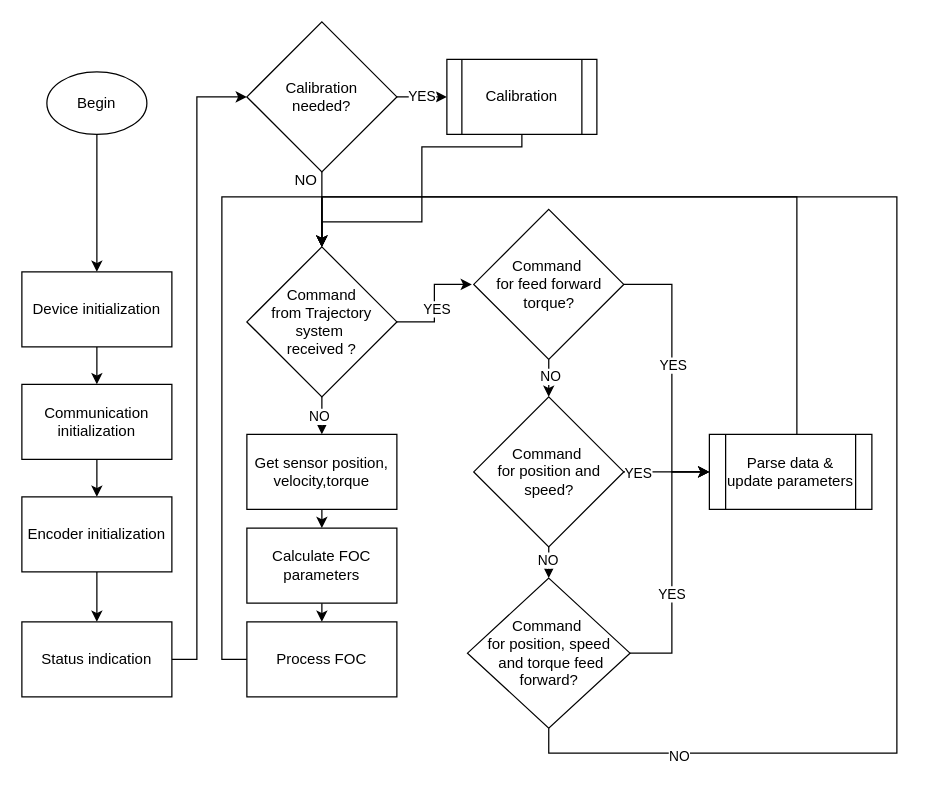
Earlier version of the draw.io diagram Src/extra/Parse.drawio (foxybbb/diploma-bachelor). Source tidied: cells renumbered, new cells numbered last; positions are measured from the earlier drawing's top-left corner, leaving out a move shared by most shapes. Both pictures are drawn from the tidied source at 125%, with x=0, y=0 at pixel (21, 21).
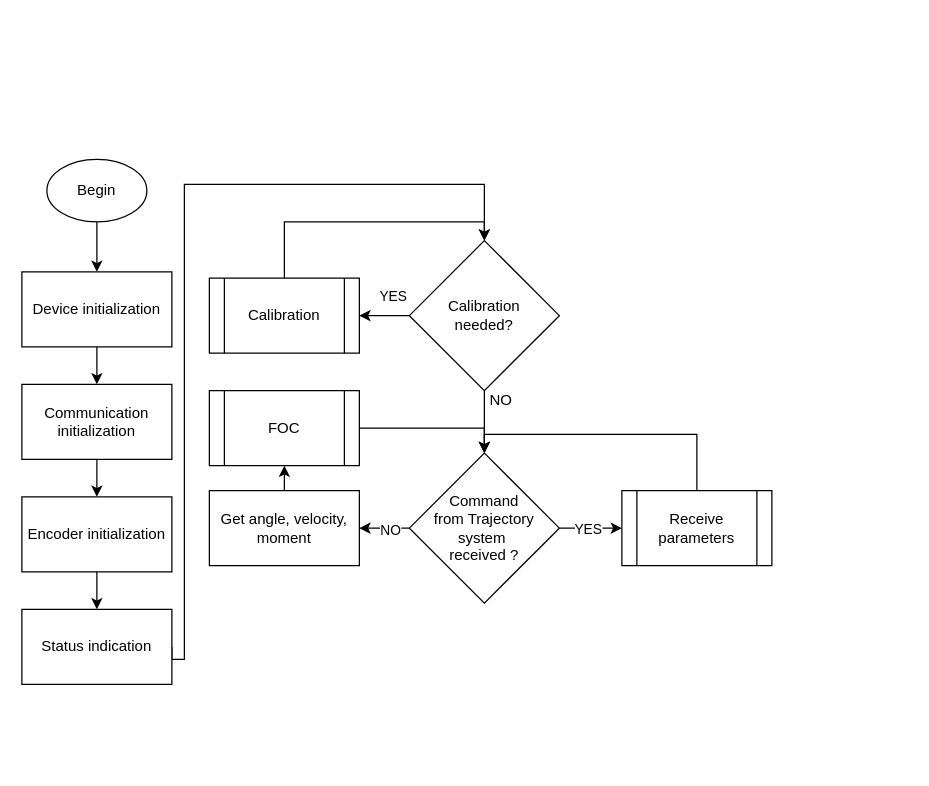
The same page after the edit.

Diff of the diagram source:
```diff
@@
     <mxCell id="3" value="Begin" style="ellipse;whiteSpace=wrap;html=1;" parent="1" vertex="1">
-      <mxGeometry x="20" y="40" width="80" height="50" as="geometry" />
+      <mxGeometry x="20" y="110" width="80" height="50" as="geometry" />
     </mxCell>
@@
-    <mxCell id="10" style="edgeStyle=orthogonalEdgeStyle;rounded=0;jettySize=auto;html=1;exitX=1;exitY=0.5;exitDx=0;exitDy=0;entryX=0;entryY=0.5;entryDx=0;entryDy=0;" parent="1" edge="1" source="11" target="14">
+    <mxCell id="10" style="edgeStyle=orthogonalEdgeStyle;rounded=0;jettySize=auto;html=1;exitX=1;exitY=0.5;exitDx=0;exitDy=0;entryX=0.5;entryY=0;entryDx=0;entryDy=0;" parent="1" edge="1" source="11" target="14">
       <mxGeometry relative="1" as="geometry">
         <Array as="points">
-          <mxPoint x="140" y="510" />
-          <mxPoint x="140" y="60" />
+          <mxPoint x="120" y="510" />
+          <mxPoint x="130" y="510" />
+          <mxPoint x="130" y="130" />
+          <mxPoint x="370" y="130" />
         </Array>
       </mxGeometry>
     </mxCell>
     <mxCell id="11" value="Status indication" style="rounded=0;whiteSpace=wrap;html=1;" parent="1" vertex="1">
-      <mxGeometry y="480" width="120" height="60" as="geometry" />
+      <mxGeometry y="470" width="120" height="60" as="geometry" />
     </mxCell>
-    <mxCell id="12" value="YES" style="edgeStyle=orthogonalEdgeStyle;rounded=0;jettySize=auto;html=1;exitX=1;exitY=0.5;exitDx=0;exitDy=0;entryX=0;entryY=0.5;entryDx=0;entryDy=0;" parent="1" edge="1" source="14" target="16">
-      <mxGeometry relative="1" as="geometry" />
-    </mxCell>
-    <mxCell id="13" style="edgeStyle=orthogonalEdgeStyle;rounded=0;jettySize=auto;html=1;exitX=0.5;exitY=1;exitDx=0;exitDy=0;" parent="1" edge="1" source="14">
-      <mxGeometry relative="1" as="geometry">
-        <mxPoint x="240" y="180" as="targetPoint" />
-      </mxGeometry>
+    <mxCell id="13" style="edgeStyle=orthogonalEdgeStyle;rounded=0;jettySize=auto;html=1;exitX=0.5;exitY=1;exitDx=0;exitDy=0;" parent="1" edge="1" source="14" target="24">
+      <mxGeometry relative="1" as="geometry" />
     </mxCell>
     <mxCell id="14" value="&lt;div&gt;Calibration&lt;/div&gt;&lt;div&gt;needed?&lt;/div&gt;" style="rhombus;whiteSpace=wrap;html=1;" parent="1" vertex="1">
-      <mxGeometry x="180" width="120" height="120" as="geometry" />
+      <mxGeometry x="310" y="175" width="120" height="120" as="geometry" />
     </mxCell>
-    <mxCell id="15" style="edgeStyle=orthogonalEdgeStyle;rounded=0;jettySize=auto;html=1;exitX=0.5;exitY=1;exitDx=0;exitDy=0;entryX=0.5;entryY=0;entryDx=0;entryDy=0;" parent="1" edge="1" source="16" target="24">
-      <mxGeometry relative="1" as="geometry">
-        <Array as="points">
-          <mxPoint x="400" y="100" />
-          <mxPoint x="320" y="100" />
-          <mxPoint x="320" y="160" />
-          <mxPoint x="240" y="160" />
-        </Array>
-      </mxGeometry>
-    </mxCell>
-    <mxCell id="16" value="Calibration" style="shape=process;whiteSpace=wrap;html=1;backgroundOutline=1;" parent="1" vertex="1">
-      <mxGeometry x="340" y="30" width="120" height="60" as="geometry" />
-    </mxCell>
-    <mxCell id="17" style="edgeStyle=orthogonalEdgeStyle;rounded=0;jettySize=auto;html=1;exitX=0.5;exitY=1;exitDx=0;exitDy=0;entryX=0.5;entryY=0;entryDx=0;entryDy=0;" parent="1" edge="1" source="21" target="34">
-      <mxGeometry relative="1" as="geometry" />
-    </mxCell>
-    <mxCell id="18" value="NO" style="edgeLabel;html=1;align=center;verticalAlign=middle;" parent="17" vertex="1">
-      <mxGeometry x="-0.41" y="-2" relative="1" as="geometry">
-        <mxPoint x="3" y="4" as="offset" />
-      </mxGeometry>
-    </mxCell>
-    <mxCell id="19" style="edgeStyle=orthogonalEdgeStyle;rounded=0;jettySize=auto;html=1;exitX=1;exitY=0.5;exitDx=0;exitDy=0;entryX=0;entryY=0.5;entryDx=0;entryDy=0;" parent="1" edge="1" source="21" target="36">
-      <mxGeometry relative="1" as="geometry">
-        <Array as="points">
-          <mxPoint x="520" y="210" />
-          <mxPoint x="520" y="360" />
-        </Array>
-      </mxGeometry>
-    </mxCell>
-    <mxCell id="20" value="YES" style="edgeLabel;html=1;align=center;verticalAlign=middle;" parent="19" vertex="1">
-      <mxGeometry x="-0.06" relative="1" as="geometry" />
-    </mxCell>
-    <mxCell id="21" value="&lt;div&gt;Command&amp;nbsp;&lt;/div&gt;&lt;div&gt;for feed forward torque?&lt;/div&gt;" style="rhombus;whiteSpace=wrap;html=1;" parent="1" vertex="1">
-      <mxGeometry x="361.5" y="150" width="120" height="120" as="geometry" />
-    </mxCell>
-    <mxCell id="22" style="edgeStyle=orthogonalEdgeStyle;rounded=0;jettySize=auto;html=1;exitX=1;exitY=0.5;exitDx=0;exitDy=0;" parent="1" edge="1" source="24">
-      <mxGeometry relative="1" as="geometry">
-        <mxPoint x="360" y="210" as="targetPoint" />
-        <Array as="points">
-          <mxPoint x="330" y="240" />
-          <mxPoint x="330" y="210" />
-        </Array>
-      </mxGeometry>
-    </mxCell>
-    <mxCell id="23" value="YES" style="edgeLabel;html=1;align=center;verticalAlign=middle;" parent="22" vertex="1">
-      <mxGeometry x="-0.1" y="-1" relative="1" as="geometry" />
-    </mxCell>
+    <mxCell id="46" style="edgeStyle=orthogonalEdgeStyle;rounded=0;jettySize=auto;html=1;exitX=1;exitY=0.5;exitDx=0;exitDy=0;entryX=0;entryY=0.5;entryDx=0;entryDy=0;" parent="1" edge="1" source="24" target="49">
+      <mxGeometry relative="1" as="geometry" />
+    </mxCell>
+    <mxCell id="47" value="YES" style="edgeLabel;html=1;align=center;verticalAlign=middle;" parent="46" vertex="1">
+      <mxGeometry x="-0.13" relative="1" as="geometry" />
+    </mxCell>
     <mxCell id="24" value="Command&lt;br&gt;&lt;div&gt;from Trajectory system&amp;nbsp;&lt;/div&gt;&lt;div&gt;received ?&lt;/div&gt;" style="rhombus;whiteSpace=wrap;html=1;" parent="1" vertex="1">
-      <mxGeometry x="180" y="180" width="120" height="120" as="geometry" />
+      <mxGeometry x="310" y="345" width="120" height="120" as="geometry" />
     </mxCell>
-    <mxCell id="25" style="edgeStyle=orthogonalEdgeStyle;rounded=0;jettySize=auto;html=1;exitX=1;exitY=0.5;exitDx=0;exitDy=0;entryX=0;entryY=0.5;entryDx=0;entryDy=0;" parent="1" edge="1" source="29" target="36">
-      <mxGeometry relative="1" as="geometry">
-        <Array as="points">
-          <mxPoint x="520" y="505" />
-          <mxPoint x="520" y="360" />
-        </Array>
-      </mxGeometry>
-    </mxCell>
-    <mxCell id="26" value="YES" style="edgeLabel;html=1;align=center;verticalAlign=middle;" parent="25" vertex="1">
-      <mxGeometry x="-0.22" y="1" relative="1" as="geometry" />
-    </mxCell>
-    <mxCell id="27" style="edgeStyle=orthogonalEdgeStyle;rounded=0;jettySize=auto;html=1;exitX=0.5;exitY=1;exitDx=0;exitDy=0;entryX=0.5;entryY=0;entryDx=0;entryDy=0;" parent="1" edge="1" source="29" target="24">
-      <mxGeometry relative="1" as="geometry">
-        <Array as="points">
-          <mxPoint x="421" y="585" />
-          <mxPoint x="700" y="585" />
-          <mxPoint x="700" y="140" />
-          <mxPoint x="240" y="140" />
-        </Array>
-      </mxGeometry>
-    </mxCell>
-    <mxCell id="28" value="NO" style="edgeLabel;html=1;align=center;verticalAlign=middle;" parent="27" vertex="1">
-      <mxGeometry x="-0.8" y="-2" relative="1" as="geometry" />
-    </mxCell>
-    <mxCell id="29" value="&lt;div&gt;Command&amp;nbsp;&lt;/div&gt;&lt;div&gt;for position, speed&lt;/div&gt;&lt;div&gt;&amp;nbsp;and torque feed forward?&lt;/div&gt;" style="rhombus;whiteSpace=wrap;html=1;" parent="1" vertex="1">
-      <mxGeometry x="356.5" y="445" width="130" height="120" as="geometry" />
-    </mxCell>
-    <mxCell id="30" style="edgeStyle=orthogonalEdgeStyle;rounded=0;jettySize=auto;html=1;exitX=0.5;exitY=1;exitDx=0;exitDy=0;" parent="1" edge="1" source="34" target="29">
-      <mxGeometry relative="1" as="geometry" />
-    </mxCell>
-    <mxCell id="31" value="NO" style="edgeLabel;html=1;align=center;verticalAlign=middle;" parent="30" vertex="1">
-      <mxGeometry x="0.47" y="-1" relative="1" as="geometry" />
-    </mxCell>
-    <mxCell id="32" style="edgeStyle=orthogonalEdgeStyle;rounded=0;jettySize=auto;html=1;exitX=1;exitY=0.5;exitDx=0;exitDy=0;entryX=0;entryY=0.5;entryDx=0;entryDy=0;" parent="1" edge="1" source="34" target="36">
-      <mxGeometry relative="1" as="geometry" />
-    </mxCell>
-    <mxCell id="33" value="YES" style="edgeLabel;html=1;align=center;verticalAlign=middle;" parent="32" vertex="1">
-      <mxGeometry x="0.41" y="-2" relative="1" as="geometry">
-        <mxPoint x="-37" y="-2" as="offset" />
-      </mxGeometry>
-    </mxCell>
-    <mxCell id="34" value="&lt;div&gt;Command&amp;nbsp;&lt;/div&gt;&lt;div&gt;for position and speed?&lt;/div&gt;" style="rhombus;whiteSpace=wrap;html=1;" parent="1" vertex="1">
-      <mxGeometry x="361.5" y="300" width="120" height="120" as="geometry" />
-    </mxCell>
-    <mxCell id="35" style="edgeStyle=orthogonalEdgeStyle;rounded=0;orthogonalLoop=1;jettySize=auto;html=1;exitX=0.5;exitY=0;exitDx=0;exitDy=0;" parent="1" edge="1">
-      <mxGeometry relative="1" as="geometry">
-        <mxPoint x="620" y="370" as="sourcePoint" />
-        <mxPoint x="240" y="180" as="targetPoint" />
-        <Array as="points">
-          <mxPoint x="620" y="140" />
-          <mxPoint x="240" y="140" />
-        </Array>
-      </mxGeometry>
-    </mxCell>
-    <mxCell id="36" value="Parse data &amp;amp; update parameters" style="shape=process;whiteSpace=wrap;html=1;backgroundOutline=1;" parent="1" vertex="1">
-      <mxGeometry x="550" y="330" width="130" height="60" as="geometry" />
-    </mxCell>
-    <mxCell id="37" style="edgeStyle=orthogonalEdgeStyle;rounded=0;jettySize=auto;html=1;exitX=0.5;exitY=1;exitDx=0;exitDy=0;entryX=0.5;entryY=0;entryDx=0;entryDy=0;" parent="1" edge="1" source="38" target="42">
-      <mxGeometry relative="1" as="geometry" />
-    </mxCell>
-    <mxCell id="38" value="&lt;div&gt;Get sensor position,&lt;/div&gt;&lt;div&gt;velocity,torque&lt;/div&gt;" style="rounded=0;whiteSpace=wrap;html=1;" parent="1" vertex="1">
-      <mxGeometry x="180" y="330" width="120" height="60" as="geometry" />
-    </mxCell>
-    <mxCell id="39" style="edgeStyle=orthogonalEdgeStyle;rounded=0;jettySize=auto;html=1;exitX=0.5;exitY=1;exitDx=0;exitDy=0;entryX=0.5;entryY=0;entryDx=0;entryDy=0;" parent="1" edge="1" source="24" target="38">
-      <mxGeometry relative="1" as="geometry" />
+    <mxCell id="39" style="edgeStyle=orthogonalEdgeStyle;rounded=0;jettySize=auto;html=1;exitX=0;exitY=0.5;exitDx=0;exitDy=0;entryX=1;entryY=0.5;entryDx=0;entryDy=0;" parent="1" edge="1" source="24" target="53">
+      <mxGeometry relative="1" as="geometry">
+        <Array as="points">
+          <mxPoint x="270" y="405" />
+        </Array>
+      </mxGeometry>
     </mxCell>
     <mxCell id="40" value="NO" style="edgeLabel;html=1;align=center;verticalAlign=middle;" parent="39" vertex="1">
-      <mxGeometry x="-0.02" y="-3" relative="1" as="geometry" />
+      <mxGeometry x="-0.02" y="-3" relative="1" as="geometry">
+        <mxPoint x="4" y="4" as="offset" />
+      </mxGeometry>
     </mxCell>
-    <mxCell id="41" style="edgeStyle=orthogonalEdgeStyle;rounded=0;jettySize=auto;html=1;exitX=0.5;exitY=1;exitDx=0;exitDy=0;entryX=0.5;entryY=0;entryDx=0;entryDy=0;" parent="1" edge="1" source="42">
-      <mxGeometry relative="1" as="geometry">
-        <mxPoint x="240" y="480" as="targetPoint" />
-      </mxGeometry>
-    </mxCell>
-    <mxCell id="42" value="Calculate FOC parameters" style="rounded=0;whiteSpace=wrap;html=1;" parent="1" vertex="1">
-      <mxGeometry x="180" y="405" width="120" height="60" as="geometry" />
-    </mxCell>
-    <mxCell id="43" style="edgeStyle=orthogonalEdgeStyle;rounded=0;jettySize=auto;html=1;exitX=0;exitY=0.5;exitDx=0;exitDy=0;" parent="1" edge="1" source="44">
-      <mxGeometry relative="1" as="geometry">
-        <mxPoint x="240" y="180" as="targetPoint" />
-        <Array as="points">
-          <mxPoint x="160" y="510" />
-          <mxPoint x="160" y="140" />
-          <mxPoint x="240" y="140" />
-        </Array>
-      </mxGeometry>
-    </mxCell>
-    <mxCell id="44" value="Process FOC" style="rounded=0;whiteSpace=wrap;html=1;" parent="1" vertex="1">
-      <mxGeometry x="180" y="480" width="120" height="60" as="geometry" />
-    </mxCell>
     <mxCell id="45" value="NO" style="text;html=1;align=center;verticalAlign=middle;strokeColor=none;fillColor=none;" parent="1" vertex="1">
-      <mxGeometry x="207" y="112" width="40" height="30" as="geometry" />
+      <mxGeometry x="363" y="288" width="40" height="30" as="geometry" />
     </mxCell>
+    <mxCell id="48" style="edgeStyle=orthogonalEdgeStyle;rounded=0;jettySize=auto;html=1;exitX=0.5;exitY=0;exitDx=0;exitDy=0;entryX=0.5;entryY=0;entryDx=0;entryDy=0;" parent="1" edge="1" source="49" target="24">
+      <mxGeometry relative="1" as="geometry">
+        <Array as="points">
+          <mxPoint x="540" y="330" />
+          <mxPoint x="370" y="330" />
+        </Array>
+      </mxGeometry>
+    </mxCell>
+    <mxCell id="49" value="Receive parameters" style="shape=process;whiteSpace=wrap;html=1;backgroundOutline=1;" parent="1" vertex="1">
+      <mxGeometry x="480" y="375" width="120" height="60" as="geometry" />
+    </mxCell>
+    <mxCell id="50" style="edgeStyle=orthogonalEdgeStyle;rounded=0;jettySize=auto;html=1;exitX=1;exitY=0.5;exitDx=0;exitDy=0;entryX=0.5;entryY=0;entryDx=0;entryDy=0;" parent="1" edge="1" source="51" target="24">
+      <mxGeometry relative="1" as="geometry">
+        <Array as="points">
+          <mxPoint x="370" y="325" />
+        </Array>
+      </mxGeometry>
+    </mxCell>
+    <mxCell id="51" value="FOC" style="shape=process;whiteSpace=wrap;html=1;backgroundOutline=1;" parent="1" vertex="1">
+      <mxGeometry x="150" y="295" width="120" height="60" as="geometry" />
+    </mxCell>
+    <mxCell id="52" style="edgeStyle=orthogonalEdgeStyle;rounded=0;jettySize=auto;html=1;exitX=0.5;exitY=0;exitDx=0;exitDy=0;entryX=0.5;entryY=0;entryDx=0;entryDy=0;" parent="1" edge="1" source="16" target="14">
+      <mxGeometry relative="1" as="geometry">
+        <Array as="points">
+          <mxPoint x="210" y="160" />
+          <mxPoint x="370" y="160" />
+        </Array>
+      </mxGeometry>
+    </mxCell>
+    <mxCell id="16" value="Calibration" style="shape=process;whiteSpace=wrap;html=1;backgroundOutline=1;" parent="1" vertex="1">
+      <mxGeometry x="150" y="205" width="120" height="60" as="geometry" />
+    </mxCell>
+    <mxCell id="12" value="YES" style="edgeStyle=orthogonalEdgeStyle;rounded=0;jettySize=auto;html=1;exitX=0;exitY=0.5;exitDx=0;exitDy=0;entryX=1;entryY=0.5;entryDx=0;entryDy=0;" parent="1" edge="1" source="14" target="16">
+      <mxGeometry x="-0.33" y="-15" relative="1" as="geometry" />
+    </mxCell>
+    <mxCell id="53" value="Get angle, velocity, moment" style="rounded=0;whiteSpace=wrap;html=1;" parent="1" vertex="1">
+      <mxGeometry x="150" y="375" width="120" height="60" as="geometry" />
+    </mxCell>
+    <mxCell id="54" style="edgeStyle=orthogonalEdgeStyle;rounded=0;jettySize=auto;html=1;exitX=0.5;exitY=0;exitDx=0;exitDy=0;entryX=0.5;entryY=1;entryDx=0;entryDy=0;" parent="1" edge="1" source="53" target="51">
+      <mxGeometry relative="1" as="geometry" />
+    </mxCell>
```
